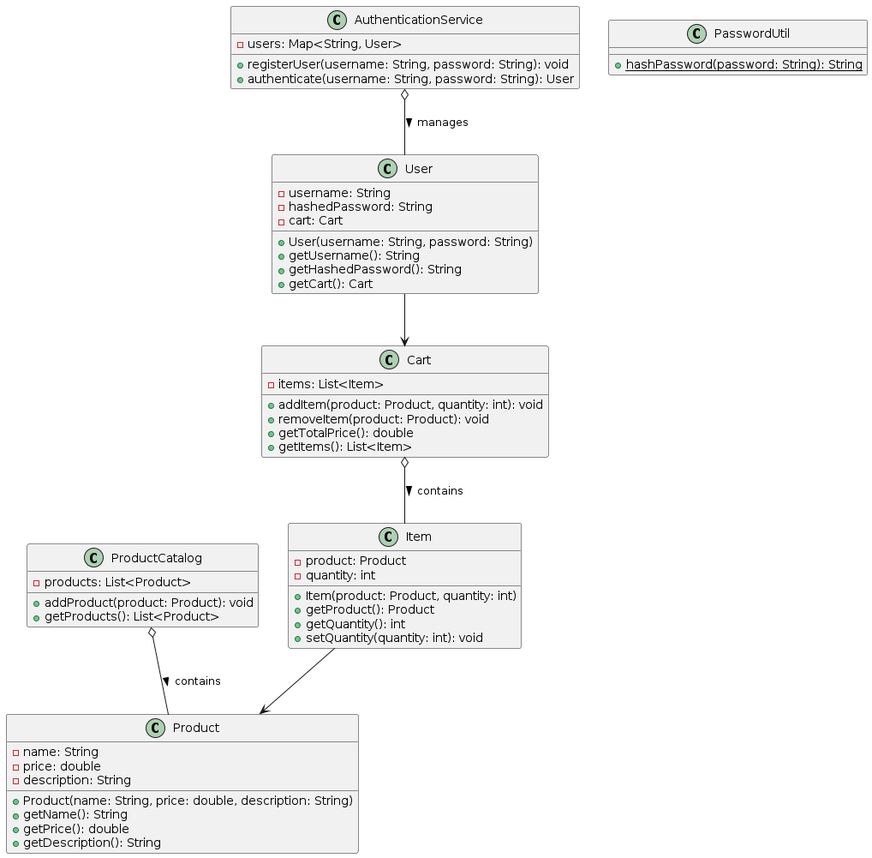
This is plantuml.png from mplaczek99/SE450-Final, a PlantUML export, as it was before one commit.
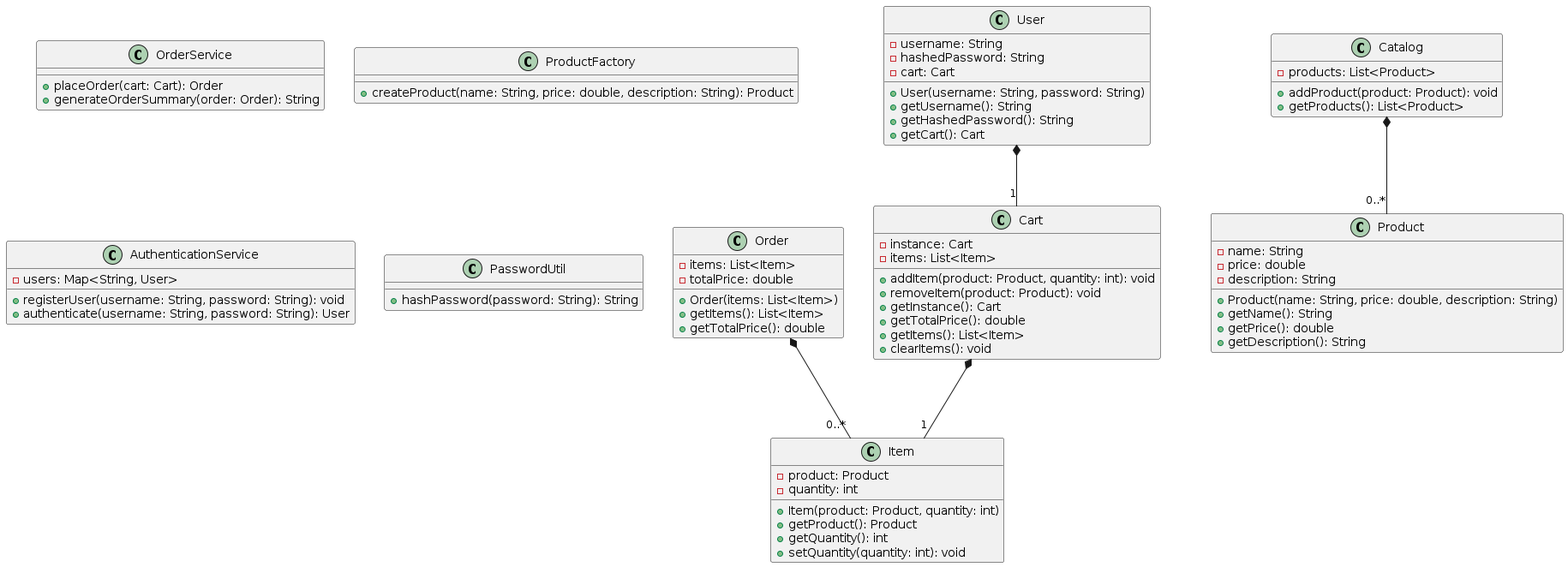
The same file after the commit.

Change to the diagram source:
```diff
@@ -1,62 +1,81 @@
 @startuml
 
+class Cart {
+  -instance: Cart
+  -items: List<Item>
+  +addItem(product: Product, quantity: int): void
+  +removeItem(product: Product): void
+  +getInstance(): Cart
+  +getTotalPrice(): double
+  +getItems(): List<Item>
+  +clearItems(): void
+}
+
+class Catalog {
+  -products: List<Product>
+  +addProduct(product: Product): void
+  +getProducts(): List<Product>
+}
+
+class Item {
+  -product: Product
+  -quantity: int
+  +Item(product: Product, quantity: int)
+  +getProduct(): Product
+  +getQuantity(): int
+  +setQuantity(quantity: int): void
+}
+
+class Order {
+  -items: List<Item>
+  -totalPrice: double
+  +Order(items: List<Item>)
+  +getItems(): List<Item>
+  +getTotalPrice(): double
+}
+
+class OrderService {
+  +placeOrder(cart: Cart): Order
+  +generateOrderSummary(order: Order): String
+}
+
+class Product {
+  -name: String
+  -price: double
+  -description: String
+  +Product(name: String, price: double, description: String)
+  +getName(): String
+  +getPrice(): double
+  +getDescription(): String
+}
+
+class ProductFactory {
+  +createProduct(name: String, price: double, description: String): Product
+}
+
 class User {
-    -username: String
-    -hashedPassword: String
-    -cart: Cart
-    +User(username: String, password: String)
-    +getUsername(): String
-    +getHashedPassword(): String
-    +getCart(): Cart
+  -username: String
+  -hashedPassword: String
+  -cart: Cart
+  +User(username: String, password: String)
+  +getUsername(): String
+  +getHashedPassword(): String
+  +getCart(): Cart
 }
 
 class AuthenticationService {
-    -users: Map<String, User>
-    +registerUser(username: String, password: String): void
-    +authenticate(username: String, password: String): User
-}
-
-class Product {
-    -name: String
-    -price: double
-    -description: String
-    +Product(name: String, price: double, description: String)
-    +getName(): String
-    +getPrice(): double
-    +getDescription(): String
-}
-
-class ProductCatalog {
-    -products: List<Product>
-    +addProduct(product: Product): void
-    +getProducts(): List<Product>
-}
-
-class Item {
-    -product: Product
-    -quantity: int
-    +Item(product: Product, quantity: int)
-    +getProduct(): Product
-    +getQuantity(): int
-    +setQuantity(quantity: int): void
-}
-
-class Cart {
-    -items: List<Item>
-    +addItem(product: Product, quantity: int): void
-    +removeItem(product: Product): void
-    +getTotalPrice(): double
-    +getItems(): List<Item>
+  -users: Map<String, User>
+  +registerUser(username: String, password: String): void
+  +authenticate(username: String, password: String): User
 }
 
 class PasswordUtil {
-    {static} +hashPassword(password: String): String
+  +hashPassword(password: String): String
 }
 
-User --> Cart
-AuthenticationService o-- User : manages >
-ProductCatalog o-- Product : contains >
-Cart o-- Item : contains >
-Item --> Product
+Cart *-- "1" Item
+Catalog *-- "0..*" Product
+Order *-- "0..*" Item
+User *-- "1" Cart
 
 @enduml
```
